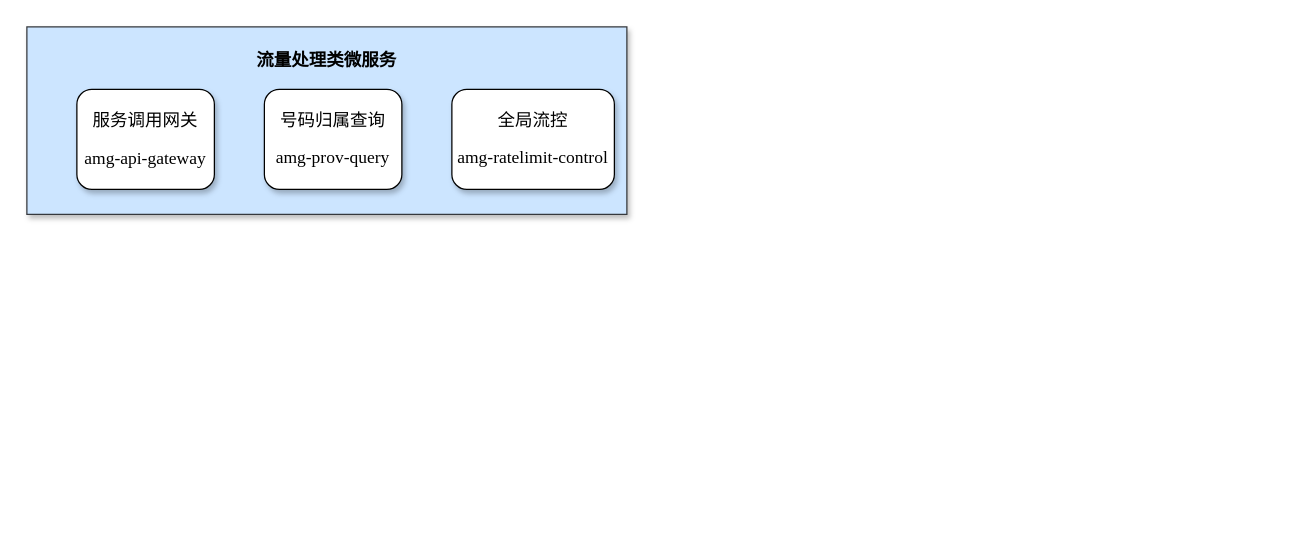
The draw.io diagram page "微服务拆分" (3 of 3) of Untitled Diagram.drawio in qymmdj/draw-io, before the edit. Source tidied: cells renumbered, new cells numbered last; positions are measured from the earlier drawing's top-left corner, leaving out a move shared by most shapes. Both pictures are drawn from the tidied source at 125%, with x=0, y=0 at pixel (26, 26).
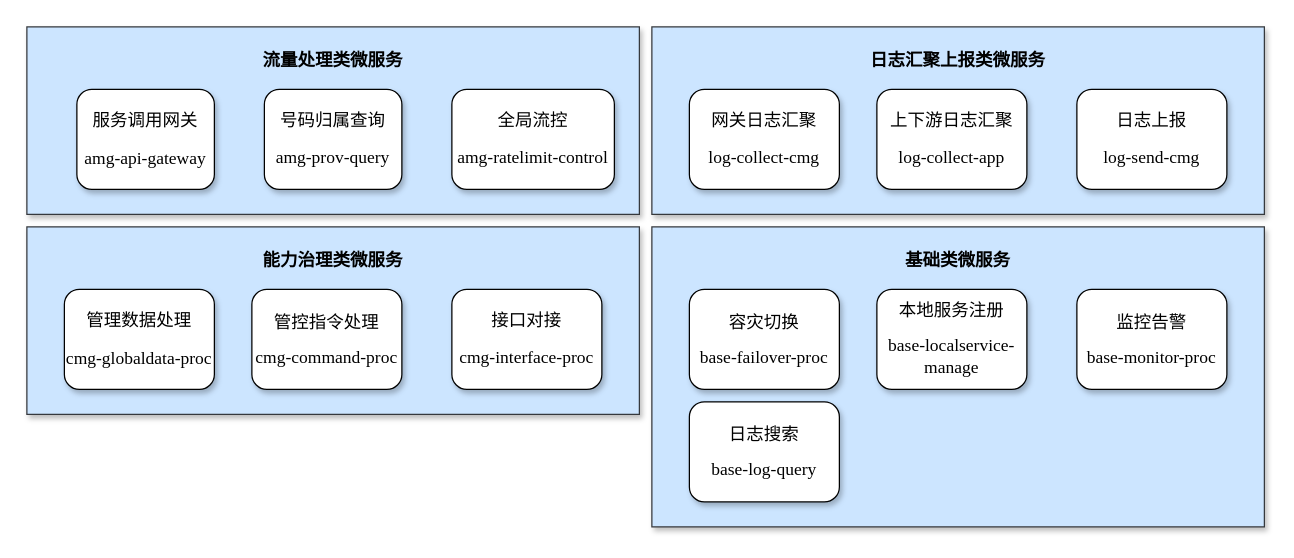
The same diagram, later.

Change to the diagram source:
```diff
@@
 <mxGraphModel>
   <root>
     <mxCell id="0" />
     <mxCell id="1" parent="0" />
+    <mxCell id="6" value="&lt;p class=&quot;MsoNormal&quot;&gt;&lt;b&gt;&lt;span style=&quot;font-family: &amp;#34;times new roman&amp;#34; ; font-size: 10.5000pt&quot;&gt;&lt;font face=&quot;宋体&quot;&gt;能力治理&lt;/font&gt;&lt;/span&gt;&lt;span style=&quot;font-size: 10.5000pt&quot;&gt;类&lt;/span&gt;&lt;span style=&quot;font-family: &amp;#34;times new roman&amp;#34; ; font-size: 10.5000pt&quot;&gt;&lt;font face=&quot;宋体&quot;&gt;微服务&lt;/font&gt;&lt;/span&gt;&lt;/b&gt;&lt;/p&gt;" style="rounded=0;whiteSpace=wrap;html=1;shadow=1;glass=0;fillColor=#cce5ff;verticalAlign=top;strokeColor=#36393d;" parent="1" vertex="1">
+      <mxGeometry y="160" width="490" height="150" as="geometry" />
+    </mxCell>
     <mxCell id="2" value="&lt;p class=&quot;MsoNormal&quot;&gt;&lt;span style=&quot;font-family: &amp;#34;times new roman&amp;#34; ; font-size: 10.5000pt&quot;&gt;&lt;font face=&quot;宋体&quot;&gt;&lt;b&gt;流量处理类微服务&lt;/b&gt;&lt;/font&gt;&lt;/span&gt;&lt;/p&gt;" style="rounded=0;whiteSpace=wrap;html=1;shadow=1;glass=0;fillColor=#cce5ff;verticalAlign=top;strokeColor=#36393d;" parent="1" vertex="1">
-      <mxGeometry width="480" height="150" as="geometry" />
+      <mxGeometry width="490" height="150" as="geometry" />
     </mxCell>
     <mxCell id="3" value="&lt;p class=&quot;MsoNormal&quot;&gt;&lt;span style=&quot;font-family: &amp;#34;times new roman&amp;#34; ; font-size: 10.5000pt&quot;&gt;&lt;font face=&quot;宋体&quot;&gt;服务调用网关&lt;/font&gt;&lt;/span&gt;&lt;/p&gt;&lt;p class=&quot;MsoNormal&quot;&gt;&lt;span style=&quot;font-size: 10.5000pt&quot;&gt;&lt;font face=&quot;Times New Roman&quot;&gt;amg-api-gateway&lt;/font&gt;&lt;/span&gt;&lt;/p&gt;" style="rounded=1;shadow=1;glass=0;sketch=0;horizontal=1;verticalAlign=middle;whiteSpace=wrap;labelBackgroundColor=none;html=1;" parent="1" vertex="1">
       <mxGeometry x="40" y="50" width="110" height="80" as="geometry" />
     </mxCell>
     <mxCell id="4" value="&lt;p class=&quot;MsoNormal&quot;&gt;&lt;span style=&quot;font-family: &amp;#34;times new roman&amp;#34; ; font-size: 10.5000pt&quot;&gt;&lt;font face=&quot;宋体&quot;&gt;号码归属查询&lt;/font&gt;&lt;/span&gt;&lt;/p&gt;&lt;p class=&quot;MsoNormal&quot;&gt;&lt;span style=&quot;font-family: &amp;#34;times new roman&amp;#34; ; font-size: 10.5000pt&quot;&gt;amg-prov-query&lt;/span&gt;&lt;/p&gt;" style="rounded=1;shadow=1;glass=0;sketch=0;horizontal=1;verticalAlign=middle;whiteSpace=wrap;labelBackgroundColor=none;html=1;" parent="1" vertex="1">
       <mxGeometry x="190" y="50" width="110" height="80" as="geometry" />
     </mxCell>
     <mxCell id="5" value="&lt;p class=&quot;MsoNormal&quot;&gt;&lt;span style=&quot;font-size: 10.5pt&quot;&gt;全局流控&lt;/span&gt;&lt;/p&gt;&lt;p class=&quot;MsoNormal&quot;&gt;&lt;span style=&quot;font-size: 10.5000pt&quot;&gt;&lt;font face=&quot;Times New Roman&quot;&gt;amg-rate&lt;/font&gt;&lt;/span&gt;&lt;span style=&quot;font-family: &amp;#34;times new roman&amp;#34; ; font-size: 10.5000pt&quot;&gt;limit-control&lt;/span&gt;&lt;/p&gt;" style="rounded=1;shadow=1;glass=0;sketch=0;horizontal=1;verticalAlign=middle;whiteSpace=wrap;labelBackgroundColor=none;html=1;" parent="1" vertex="1">
       <mxGeometry x="340" y="50" width="130" height="80" as="geometry" />
     </mxCell>
+    <mxCell id="7" value="&lt;p class=&quot;MsoNormal&quot;&gt;&lt;span style=&quot;font-family: &amp;#34;times new roman&amp;#34; ; font-size: 10.5000pt&quot;&gt;&lt;font face=&quot;宋体&quot;&gt;管理数据处理&lt;/font&gt;&lt;/span&gt;&lt;/p&gt;&lt;p class=&quot;MsoNormal&quot;&gt;&lt;span style=&quot;font-size: 10.5000pt&quot;&gt;&lt;font face=&quot;Times New Roman&quot;&gt;cmg&lt;/font&gt;&lt;/span&gt;&lt;span style=&quot;font-family: &amp;#34;times new roman&amp;#34; ; font-size: 10.5000pt&quot;&gt;-globaldata-proc&lt;/span&gt;&lt;/p&gt;" style="rounded=1;shadow=1;glass=0;sketch=0;horizontal=1;verticalAlign=middle;whiteSpace=wrap;labelBackgroundColor=none;html=1;" parent="1" vertex="1">
+      <mxGeometry x="30" y="210" width="120" height="80" as="geometry" />
+    </mxCell>
+    <mxCell id="8" value="&lt;p class=&quot;MsoNormal&quot;&gt;&lt;span style=&quot;font-size: 10.5pt&quot;&gt;管控指令处理&lt;/span&gt;&lt;/p&gt;&lt;p class=&quot;MsoNormal&quot;&gt;&lt;span style=&quot;font-family: &amp;#34;times new roman&amp;#34; ; font-size: 10.5000pt&quot;&gt;cmg-command-proc&lt;/span&gt;&lt;/p&gt;" style="rounded=1;shadow=1;glass=0;sketch=0;horizontal=1;verticalAlign=middle;whiteSpace=wrap;labelBackgroundColor=none;html=1;" parent="1" vertex="1">
+      <mxGeometry x="180" y="210" width="120" height="80" as="geometry" />
+    </mxCell>
+    <mxCell id="9" value="&lt;p class=&quot;MsoNormal&quot;&gt;&lt;span style=&quot;font-family: &amp;#34;times new roman&amp;#34; ; font-size: 10.5pt&quot;&gt;&lt;font face=&quot;宋体&quot;&gt;接口&lt;/font&gt;&lt;/span&gt;&lt;span style=&quot;font-size: 10.5pt&quot;&gt;对接&lt;/span&gt;&lt;/p&gt;&lt;p class=&quot;MsoNormal&quot;&gt;&lt;span style=&quot;font-family: &amp;#34;times new roman&amp;#34; ; font-size: 10.5000pt&quot;&gt;cmg-interface-proc&lt;/span&gt;&lt;/p&gt;" style="rounded=1;shadow=1;glass=0;sketch=0;horizontal=1;verticalAlign=middle;whiteSpace=wrap;labelBackgroundColor=none;html=1;" parent="1" vertex="1">
+      <mxGeometry x="340" y="210" width="120" height="80" as="geometry" />
+    </mxCell>
+    <mxCell id="10" value="&lt;p class=&quot;MsoNormal&quot;&gt;&lt;span style=&quot;font-family: &amp;#34;times new roman&amp;#34; ; font-size: 10.5000pt&quot;&gt;&lt;font face=&quot;宋体&quot;&gt;&lt;b&gt;日志汇聚上报类微服务&lt;/b&gt;&lt;/font&gt;&lt;/span&gt;&lt;/p&gt;" style="rounded=0;whiteSpace=wrap;html=1;shadow=1;glass=0;fillColor=#cce5ff;verticalAlign=top;strokeColor=#36393d;" parent="1" vertex="1">
+      <mxGeometry x="500" width="490" height="150" as="geometry" />
+    </mxCell>
+    <mxCell id="11" value="&lt;p class=&quot;MsoNormal&quot;&gt;&lt;span style=&quot;font-size: 10.5pt&quot;&gt;网关&lt;/span&gt;&lt;span style=&quot;font-family: &amp;#34;times new roman&amp;#34; ; font-size: 10.5pt&quot;&gt;&lt;font face=&quot;宋体&quot;&gt;日志汇聚&lt;/font&gt;&lt;/span&gt;&lt;/p&gt;&lt;p class=&quot;MsoNormal&quot;&gt;&lt;span style=&quot;font-family: &amp;#34;times new roman&amp;#34; ; font-size: 10.5000pt&quot;&gt;log-collect-cmg&lt;/span&gt;&lt;/p&gt;" style="rounded=1;shadow=1;glass=0;sketch=0;horizontal=1;verticalAlign=middle;whiteSpace=wrap;labelBackgroundColor=none;html=1;" parent="1" vertex="1">
+      <mxGeometry x="530" y="50" width="120" height="80" as="geometry" />
+    </mxCell>
+    <mxCell id="12" value="&lt;p class=&quot;MsoNormal&quot;&gt;&lt;span style=&quot;font-size: 10.5pt&quot;&gt;上下游&lt;/span&gt;&lt;span style=&quot;font-family: &amp;#34;times new roman&amp;#34; ; font-size: 10.5pt&quot;&gt;&lt;font face=&quot;宋体&quot;&gt;日志汇聚&lt;/font&gt;&lt;/span&gt;&lt;/p&gt;&lt;p class=&quot;MsoNormal&quot;&gt;&lt;span style=&quot;font-family: &amp;#34;times new roman&amp;#34; ; font-size: 10.5000pt&quot;&gt;log-collect-app&lt;/span&gt;&lt;/p&gt;" style="rounded=1;shadow=1;glass=0;sketch=0;horizontal=1;verticalAlign=middle;whiteSpace=wrap;labelBackgroundColor=none;html=1;" parent="1" vertex="1">
+      <mxGeometry x="680" y="50" width="120" height="80" as="geometry" />
+    </mxCell>
+    <mxCell id="13" value="&lt;p class=&quot;MsoNormal&quot;&gt;&lt;span style=&quot;font-size: 10.5pt&quot;&gt;日志&lt;/span&gt;&lt;span style=&quot;font-family: &amp;#34;times new roman&amp;#34; ; font-size: 10.5pt&quot;&gt;&lt;font face=&quot;宋体&quot;&gt;上报&lt;/font&gt;&lt;/span&gt;&lt;/p&gt;&lt;p class=&quot;MsoNormal&quot;&gt;&lt;span style=&quot;font-family: &amp;#34;times new roman&amp;#34; ; font-size: 10.5pt&quot;&gt;log-send-cmg&lt;/span&gt;&lt;br&gt;&lt;/p&gt;" style="rounded=1;shadow=1;glass=0;sketch=0;horizontal=1;verticalAlign=middle;whiteSpace=wrap;labelBackgroundColor=none;html=1;" parent="1" vertex="1">
+      <mxGeometry x="840" y="50" width="120" height="80" as="geometry" />
+    </mxCell>
+    <mxCell id="14" value="&lt;p class=&quot;MsoNormal&quot;&gt;&lt;span style=&quot;font-family: &amp;#34;times new roman&amp;#34; ; font-size: 10.5000pt&quot;&gt;&lt;font face=&quot;宋体&quot;&gt;&lt;b&gt;基础类微服务&lt;/b&gt;&lt;/font&gt;&lt;/span&gt;&lt;/p&gt;" style="rounded=0;whiteSpace=wrap;html=1;shadow=1;glass=0;fillColor=#cce5ff;verticalAlign=top;strokeColor=#36393d;" parent="1" vertex="1">
+      <mxGeometry x="500" y="160" width="490" height="240" as="geometry" />
+    </mxCell>
+    <mxCell id="15" value="&lt;p class=&quot;MsoNormal&quot;&gt;&lt;span style=&quot;font-size: 10.5pt&quot;&gt;容灾切换&lt;/span&gt;&lt;/p&gt;&lt;p class=&quot;MsoNormal&quot;&gt;&lt;span style=&quot;font-family: &amp;#34;times new roman&amp;#34; ; font-size: 10.5000pt&quot;&gt;base-failover-proc&lt;/span&gt;&lt;/p&gt;" style="rounded=1;shadow=1;glass=0;sketch=0;horizontal=1;verticalAlign=middle;whiteSpace=wrap;labelBackgroundColor=none;html=1;" parent="1" vertex="1">
+      <mxGeometry x="530" y="210" width="120" height="80" as="geometry" />
+    </mxCell>
+    <mxCell id="16" value="&lt;p class=&quot;MsoNormal&quot;&gt;&lt;span style=&quot;font-size: 10.5pt&quot;&gt;本地服务注册&lt;/span&gt;&lt;/p&gt;&lt;p class=&quot;MsoNormal&quot;&gt;&lt;span style=&quot;font-family: &amp;#34;times new roman&amp;#34; ; font-size: 10.5000pt&quot;&gt;base-localservice-manage&lt;/span&gt;&lt;/p&gt;" style="rounded=1;shadow=1;glass=0;sketch=0;horizontal=1;verticalAlign=middle;whiteSpace=wrap;labelBackgroundColor=none;html=1;" parent="1" vertex="1">
+      <mxGeometry x="680" y="210" width="120" height="80" as="geometry" />
+    </mxCell>
+    <mxCell id="17" value="&lt;p class=&quot;MsoNormal&quot;&gt;&lt;span style=&quot;font-size: 10.5pt&quot;&gt;监控告警&lt;/span&gt;&lt;/p&gt;&lt;p class=&quot;MsoNormal&quot;&gt;&lt;span style=&quot;font-family: &amp;#34;times new roman&amp;#34; ; font-size: 10.5000pt&quot;&gt;base-monitor-proc&lt;/span&gt;&lt;/p&gt;" style="rounded=1;shadow=1;glass=0;sketch=0;horizontal=1;verticalAlign=middle;whiteSpace=wrap;labelBackgroundColor=none;html=1;" parent="1" vertex="1">
+      <mxGeometry x="840" y="210" width="120" height="80" as="geometry" />
+    </mxCell>
+    <mxCell id="18" value="&lt;p class=&quot;MsoNormal&quot;&gt;&lt;span style=&quot;font-size: 10.5pt&quot;&gt;日志搜索&lt;/span&gt;&lt;/p&gt;&lt;p class=&quot;MsoNormal&quot;&gt;&lt;span style=&quot;font-family: &amp;#34;times new roman&amp;#34; ; font-size: 10.5000pt&quot;&gt;base-log-query&lt;/span&gt;&lt;/p&gt;" style="rounded=1;shadow=1;glass=0;sketch=0;horizontal=1;verticalAlign=middle;whiteSpace=wrap;labelBackgroundColor=none;html=1;" parent="1" vertex="1">
+      <mxGeometry x="530" y="300" width="120" height="80" as="geometry" />
+    </mxCell>
   </root>
 </mxGraphModel>
```
